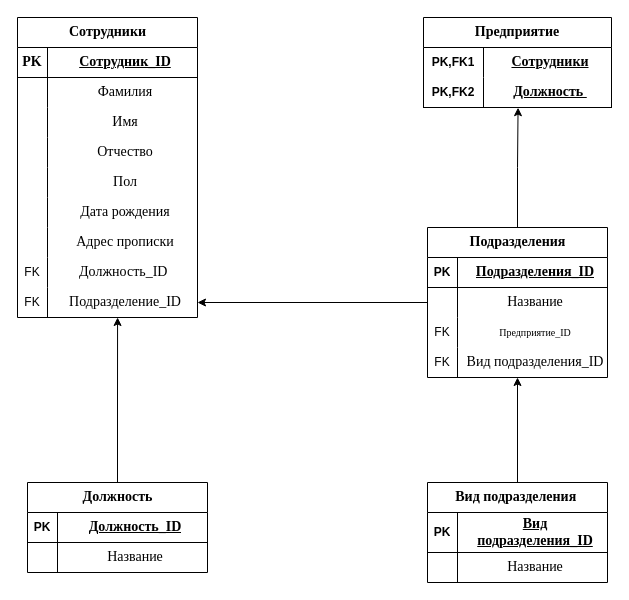
Before: YP-09-Server-Side-Programming.drawio in LunaGameX/YP-09-Server-Side-Programming, a draw.io diagram. Source tidied: cells renumbered, new cells numbered last; positions are measured from the earlier drawing's top-left corner, leaving out a move shared by most shapes. Both pictures are drawn from the tidied source at 100%, with x=0, y=0 at pixel (17, 17).
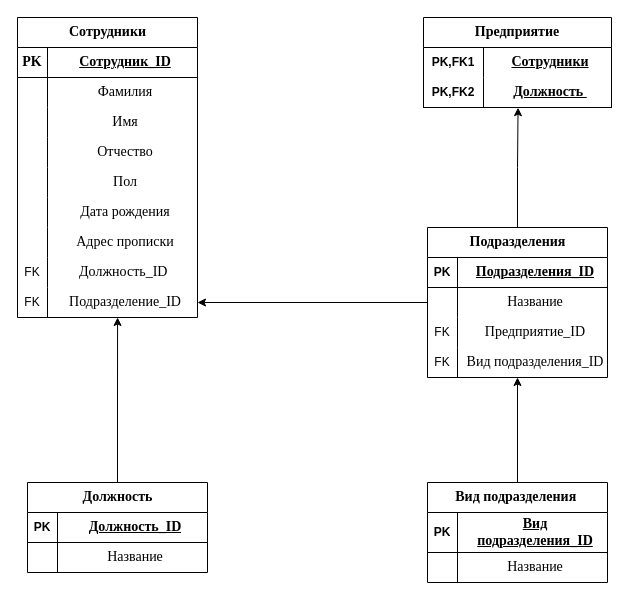
The same page after the edit.

Commit message:
Update data-base (3) YP-09-Server-Side-Programming.drawio

Unchanged cells that the change refers to:
```xml
<mxCell id="39" style="shape=tableRow;horizontal=0;startSize=0;swimlaneHead=0;swimlaneBody=0;fillColor=none;top=0;left=0;right=0;bottom=0;" parent="32" vertex="1">
  <mxGeometry y="90" width="180" height="30" as="geometry" />
</mxCell>
```

What changed in the source:
```diff
@@
-    <mxCell id="41" value="&lt;font size=&quot;1&quot; face=&quot;Times New Roman&quot;&gt;Предприятие_ID&lt;/font&gt;" style="shape=partialRectangle;fillColor=none;top=0;left=0;bottom=0;right=0;align=center;spacingLeft=6;overflow=hidden;whiteSpace=wrap;html=1;" parent="39" vertex="1">
+    <mxCell id="41" value="&lt;font style=&quot;font-size: 14px;&quot; face=&quot;Times New Roman&quot;&gt;Предприятие_ID&lt;/font&gt;" style="shape=partialRectangle;fillColor=none;top=0;left=0;bottom=0;right=0;align=center;spacingLeft=6;overflow=hidden;whiteSpace=wrap;html=1;" parent="39" vertex="1">
       <mxGeometry x="30" width="150" height="30" as="geometry" />
     </mxCell>
```
